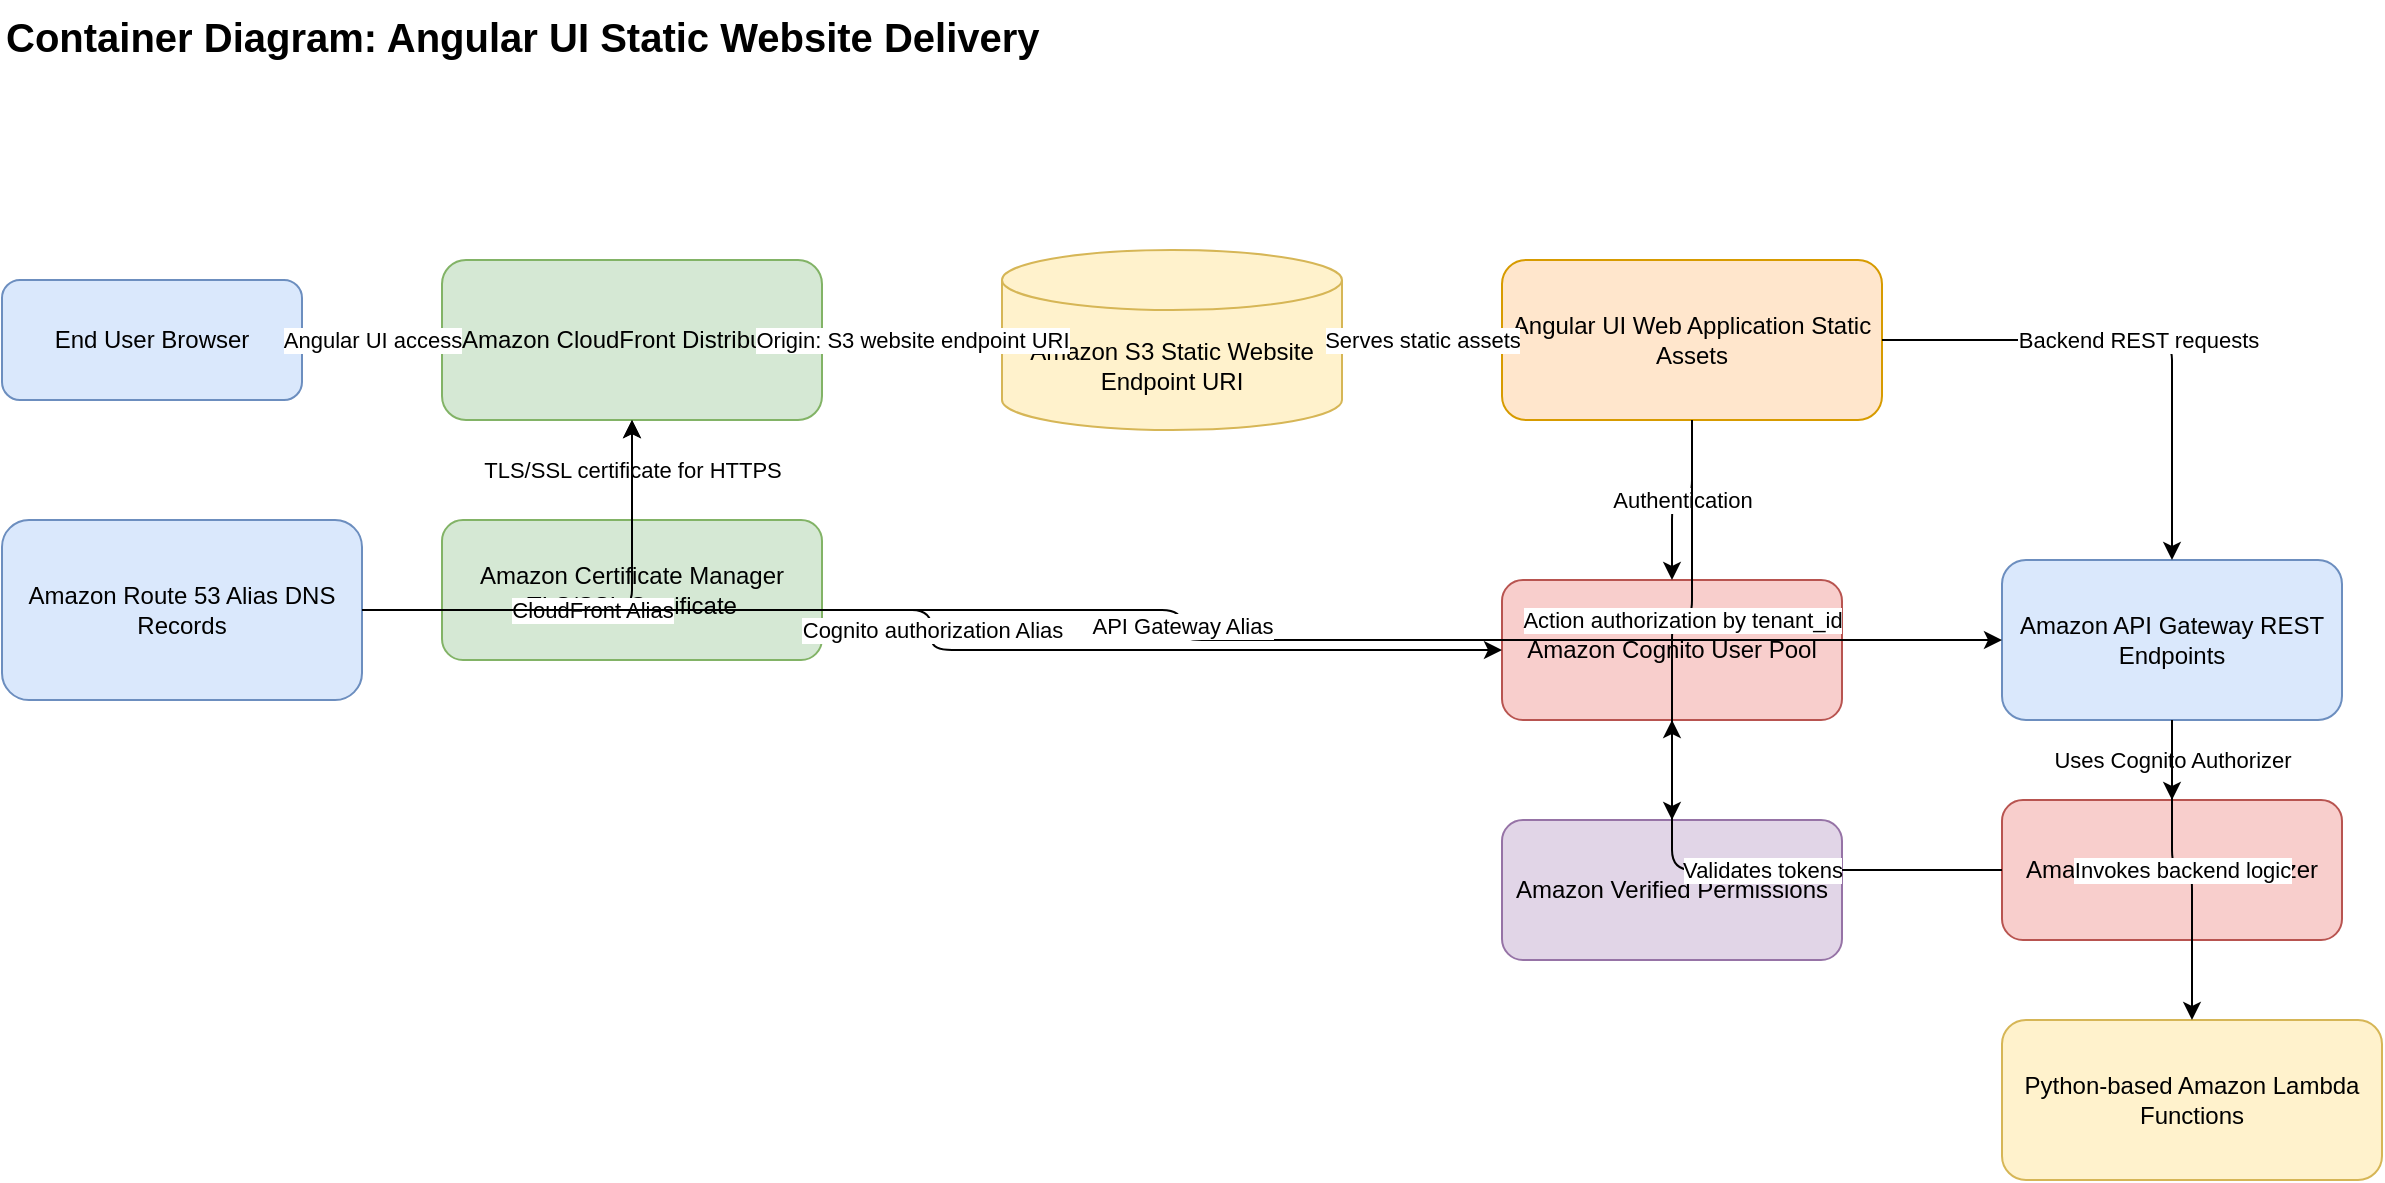
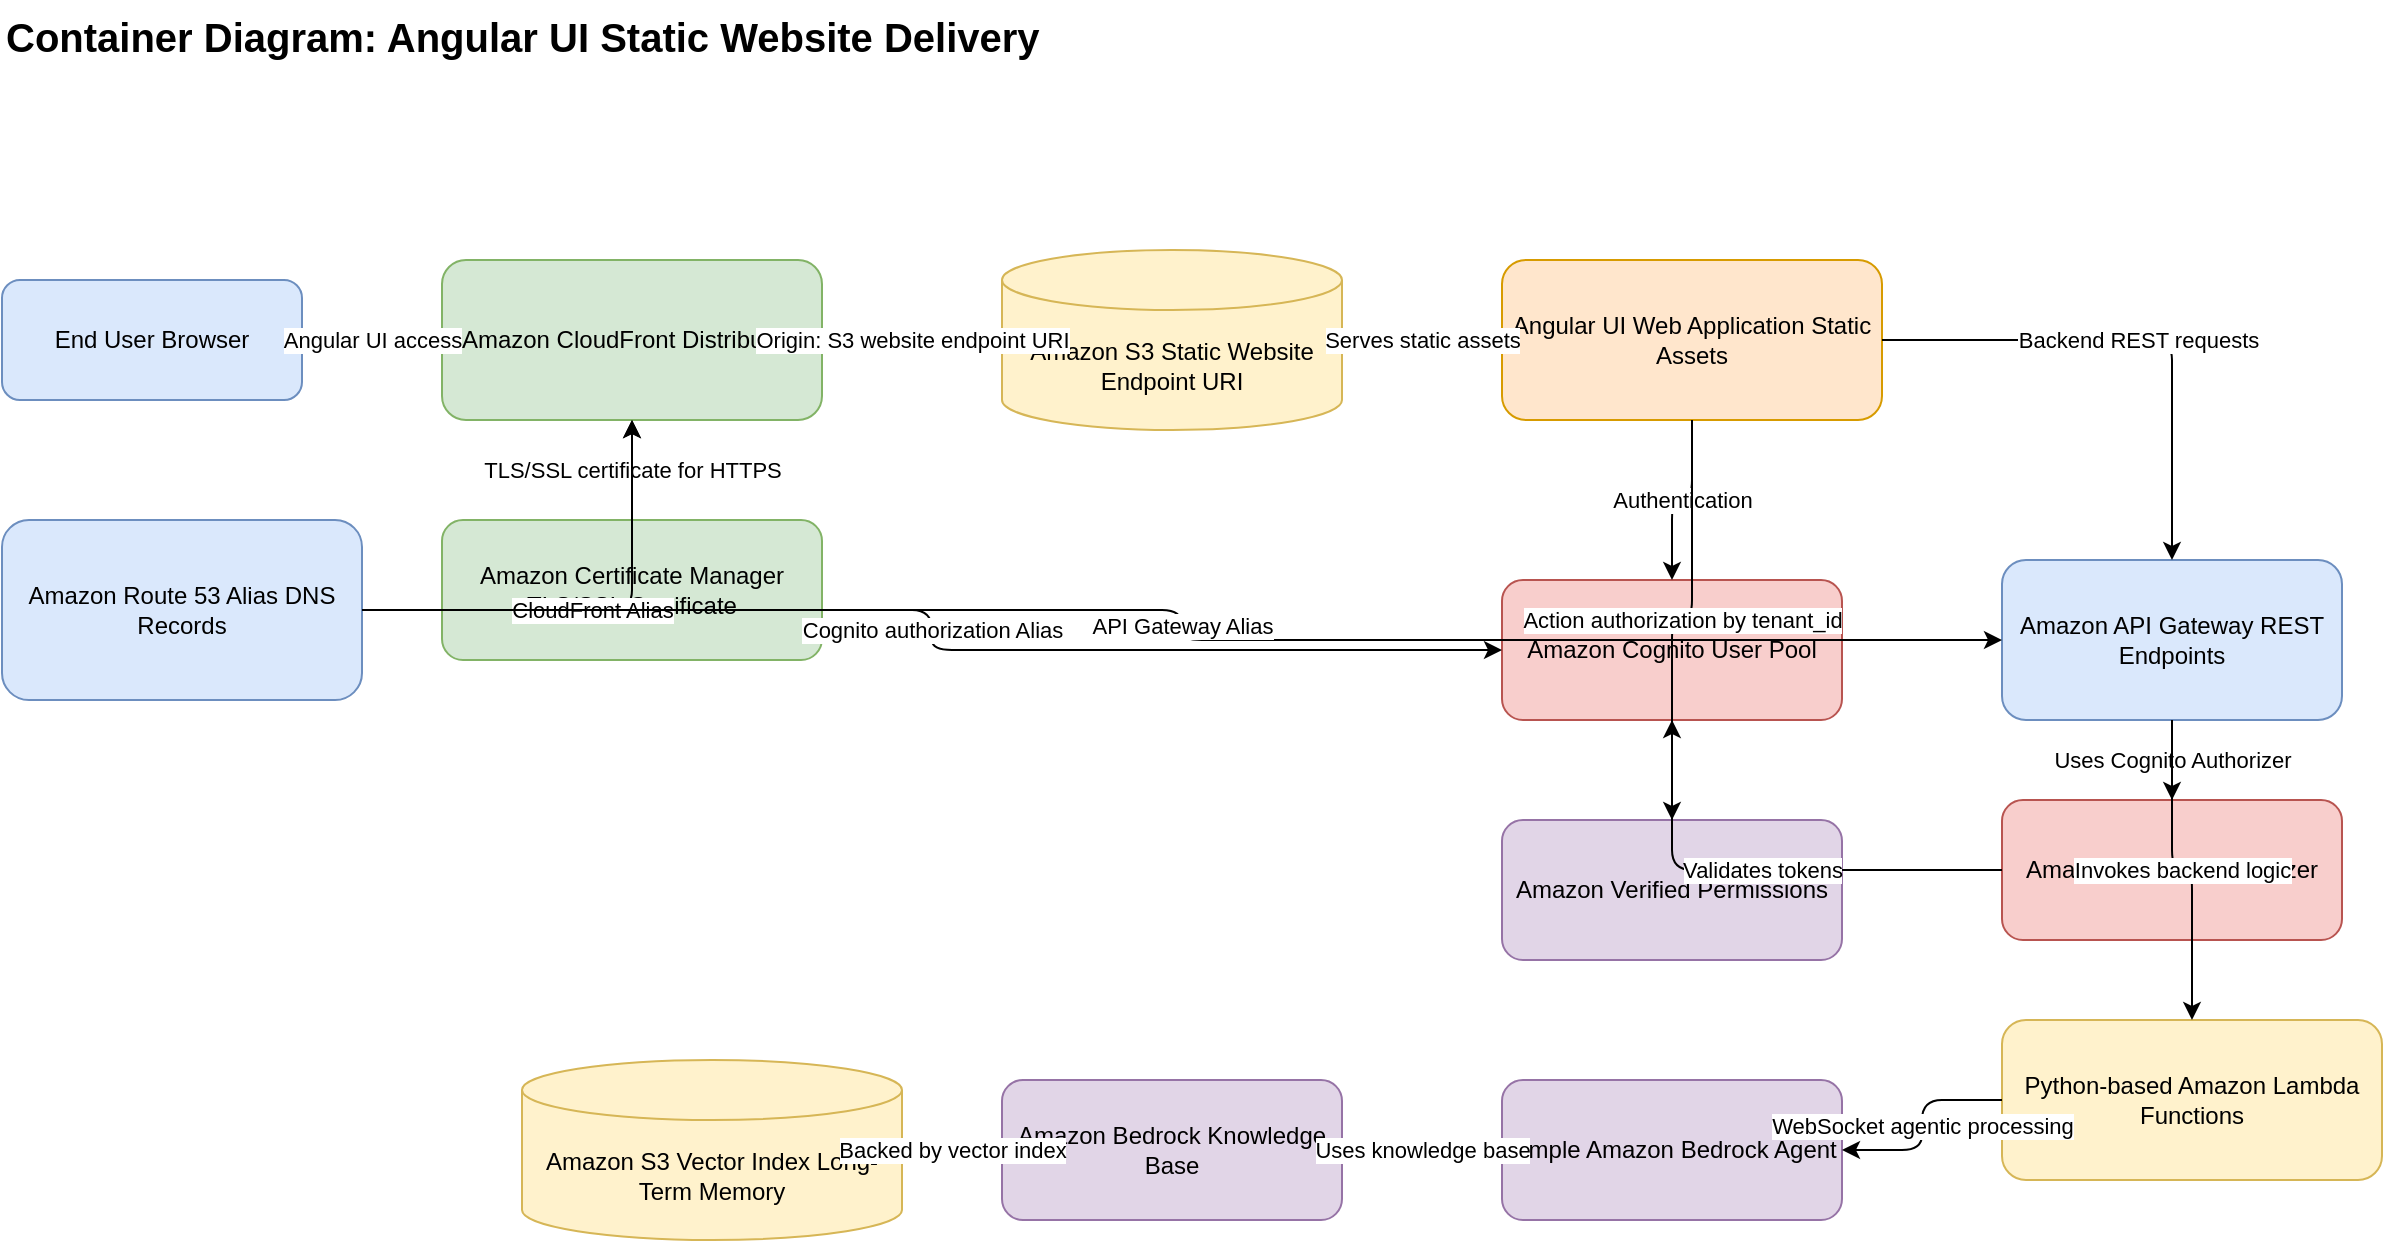
<mxGraphModel dx="1200" dy="800" grid="1" gridSize="10" guides="1" tooltips="1" connect="1" arrows="1" fold="1" page="1" pageScale="1" pageWidth="1200" pageHeight="850" math="0" shadow="0" adaptiveColors="auto">
  <root>
    <mxCell id="0"/>
    <mxCell id="1" parent="0"/>
    <mxCell id="title" value="Container Diagram: Angular UI Static Website Delivery" style="text;html=1;fontSize=20;fontStyle=1;strokeColor=none;fillColor=none;" vertex="1" parent="1">
      <mxGeometry x="40" y="20" width="600" height="40" as="geometry"/>
    </mxCell>
    <mxCell id="user" value="End User Browser" style="rounded=1;whiteSpace=wrap;html=1;fillColor=#dae8fc;strokeColor=#6c8ebf;" vertex="1" parent="1">
      <mxGeometry x="40" y="160" width="150" height="60" as="geometry"/>
    </mxCell>
    <mxCell id="cloudfront" value="Amazon CloudFront Distribution" style="rounded=1;whiteSpace=wrap;html=1;fillColor=#d5e8d4;strokeColor=#82b366;" vertex="1" parent="1">
      <mxGeometry x="260" y="150" width="190" height="80" as="geometry"/>
    </mxCell>
    <mxCell id="route53" value="Amazon Route 53 Alias DNS Records" style="rounded=1;whiteSpace=wrap;html=1;fillColor=#dae8fc;strokeColor=#6c8ebf;" vertex="1" parent="1">
      <mxGeometry x="40" y="280" width="180" height="90" as="geometry"/>
    </mxCell>
    <mxCell id="s3" value="Amazon S3 Static Website Endpoint URI" style="shape=cylinder3;whiteSpace=wrap;html=1;boundedLbl=1;backgroundOutline=1;size=15;fillColor=#fff2cc;strokeColor=#d6b656;" vertex="1" parent="1">
      <mxGeometry x="540" y="145" width="170" height="90" as="geometry"/>
    </mxCell>
    <mxCell id="angular" value="Angular UI Web Application Static Assets" style="rounded=1;whiteSpace=wrap;html=1;fillColor=#ffe6cc;strokeColor=#d79b00;" vertex="1" parent="1">
      <mxGeometry x="790" y="150" width="190" height="80" as="geometry"/>
    </mxCell>
    <mxCell id="cognito" value="Amazon Cognito User Pool" style="rounded=1;whiteSpace=wrap;html=1;fillColor=#f8cecc;strokeColor=#b85450;" vertex="1" parent="1">
      <mxGeometry x="790" y="310" width="170" height="70" as="geometry"/>
    </mxCell>
    <mxCell id="avp" value="Amazon Verified Permissions" style="rounded=1;whiteSpace=wrap;html=1;fillColor=#e1d5e7;strokeColor=#9673a6;" vertex="1" parent="1">
      <mxGeometry x="790" y="430" width="170" height="70" as="geometry"/>
    </mxCell>
    <mxCell id="apigw" value="Amazon API Gateway REST Endpoints" style="rounded=1;whiteSpace=wrap;html=1;fillColor=#dae8fc;strokeColor=#6c8ebf;" vertex="1" parent="1">
      <mxGeometry x="1040" y="300" width="170" height="80" as="geometry"/>
    </mxCell>
    <mxCell id="lambda" value="Python-based Amazon Lambda Functions" style="rounded=1;whiteSpace=wrap;html=1;fillColor=#fff2cc;strokeColor=#d6b656;" vertex="1" parent="1">
      <mxGeometry x="1040" y="530" width="190" height="80" as="geometry"/>
+     </mxCell>
+     <mxCell id="bedrock_agent" value="Simple Amazon Bedrock Agent" style="rounded=1;whiteSpace=wrap;html=1;fillColor=#e1d5e7;strokeColor=#9673a6;" vertex="1" parent="1">
+       <mxGeometry x="790" y="560" width="170" height="70" as="geometry"/>
+     </mxCell>
+     <mxCell id="bedrock_kb" value="Amazon Bedrock Knowledge Base" style="rounded=1;whiteSpace=wrap;html=1;fillColor=#e1d5e7;strokeColor=#9673a6;" vertex="1" parent="1">
+       <mxGeometry x="540" y="560" width="170" height="70" as="geometry"/>
+     </mxCell>
+     <mxCell id="s3_vector" value="Amazon S3 Vector Index Long-Term Memory" style="shape=cylinder3;whiteSpace=wrap;html=1;boundedLbl=1;backgroundOutline=1;size=15;fillColor=#fff2cc;strokeColor=#d6b656;" vertex="1" parent="1">
+       <mxGeometry x="300" y="550" width="190" height="90" as="geometry"/>
    </mxCell>
    <mxCell id="cognito_authorizer" value="Amazon Cognito Authorizer" style="rounded=1;whiteSpace=wrap;html=1;fillColor=#f8cecc;strokeColor=#b85450;" vertex="1" parent="1">
      <mxGeometry x="1040" y="420" width="170" height="70" as="geometry"/>
    </mxCell>
    <mxCell id="acm" value="Amazon Certificate Manager TLS/SSL Certificate" style="rounded=1;whiteSpace=wrap;html=1;fillColor=#d5e8d4;strokeColor=#82b366;" vertex="1" parent="1">
      <mxGeometry x="260" y="280" width="190" height="70" as="geometry"/>
    </mxCell>
    <mxCell id="e1" value="Angular UI access" style="edgeStyle=orthogonalEdgeStyle;rounded=1;html=1;endArrow=classic;" edge="1" parent="1" source="user" target="cloudfront">
      <mxGeometry relative="1" as="geometry"/>
    </mxCell>
    <mxCell id="e2" value="Origin: S3 website endpoint URI" style="edgeStyle=orthogonalEdgeStyle;rounded=1;html=1;endArrow=classic;" edge="1" parent="1" source="cloudfront" target="s3">
      <mxGeometry relative="1" as="geometry"/>
    </mxCell>
    <mxCell id="e3" value="Serves static assets" style="edgeStyle=orthogonalEdgeStyle;rounded=1;html=1;endArrow=classic;" edge="1" parent="1" source="s3" target="angular">
      <mxGeometry relative="1" as="geometry"/>
    </mxCell>
    <mxCell id="e4" value="Authentication" style="edgeStyle=orthogonalEdgeStyle;rounded=1;html=1;endArrow=classic;" edge="1" parent="1" source="angular" target="cognito">
      <mxGeometry relative="1" as="geometry"/>
    </mxCell>
    <mxCell id="e5" value="Action authorization by tenant_id" style="edgeStyle=orthogonalEdgeStyle;rounded=1;html=1;endArrow=classic;" edge="1" parent="1" source="angular" target="avp">
      <mxGeometry relative="1" as="geometry"/>
    </mxCell>
    <mxCell id="e6" value="Backend REST requests" style="edgeStyle=orthogonalEdgeStyle;rounded=1;html=1;endArrow=classic;" edge="1" parent="1" source="angular" target="apigw">
      <mxGeometry relative="1" as="geometry"/>
    </mxCell>
    <mxCell id="e7" value="TLS/SSL certificate for HTTPS" style="edgeStyle=orthogonalEdgeStyle;rounded=1;html=1;endArrow=classic;" edge="1" parent="1" source="acm" target="cloudfront">
      <mxGeometry relative="1" as="geometry"/>
    </mxCell>
    <mxCell id="e8" value="CloudFront Alias" style="edgeStyle=orthogonalEdgeStyle;rounded=1;html=1;endArrow=classic;" edge="1" parent="1" source="route53" target="cloudfront">
      <mxGeometry relative="1" as="geometry"/>
    </mxCell>
    <mxCell id="e9" value="Cognito authorization Alias" style="edgeStyle=orthogonalEdgeStyle;rounded=1;html=1;endArrow=classic;" edge="1" parent="1" source="route53" target="cognito">
      <mxGeometry relative="1" as="geometry"/>
    </mxCell>
    <mxCell id="e10" value="API Gateway Alias" style="edgeStyle=orthogonalEdgeStyle;rounded=1;html=1;endArrow=classic;" edge="1" parent="1" source="route53" target="apigw">
      <mxGeometry relative="1" as="geometry"/>
    </mxCell>
    <mxCell id="e11" value="Uses Cognito Authorizer" style="edgeStyle=orthogonalEdgeStyle;rounded=1;html=1;endArrow=classic;" edge="1" parent="1" source="apigw" target="cognito_authorizer">
      <mxGeometry relative="1" as="geometry"/>
    </mxCell>
    <mxCell id="e12" value="Validates tokens" style="edgeStyle=orthogonalEdgeStyle;rounded=1;html=1;endArrow=classic;" edge="1" parent="1" source="cognito_authorizer" target="cognito">
      <mxGeometry relative="1" as="geometry"/>
    </mxCell>
    <mxCell id="e13" value="Invokes backend logic" style="edgeStyle=orthogonalEdgeStyle;rounded=1;html=1;endArrow=classic;" edge="1" parent="1" source="apigw" target="lambda">
      <mxGeometry relative="1" as="geometry"/>
    </mxCell>
+     <mxCell id="e14" value="WebSocket agentic processing" style="edgeStyle=orthogonalEdgeStyle;rounded=1;html=1;endArrow=classic;" edge="1" parent="1" source="lambda" target="bedrock_agent">
+       <mxGeometry relative="1" as="geometry"/>
+     </mxCell>
+     <mxCell id="e15" value="Uses knowledge base" style="edgeStyle=orthogonalEdgeStyle;rounded=1;html=1;endArrow=classic;" edge="1" parent="1" source="bedrock_agent" target="bedrock_kb">
+       <mxGeometry relative="1" as="geometry"/>
+     </mxCell>
+     <mxCell id="e16" value="Backed by vector index" style="edgeStyle=orthogonalEdgeStyle;rounded=1;html=1;endArrow=classic;" edge="1" parent="1" source="bedrock_kb" target="s3_vector">
+       <mxGeometry relative="1" as="geometry"/>
+     </mxCell>
  </root>
</mxGraphModel>
